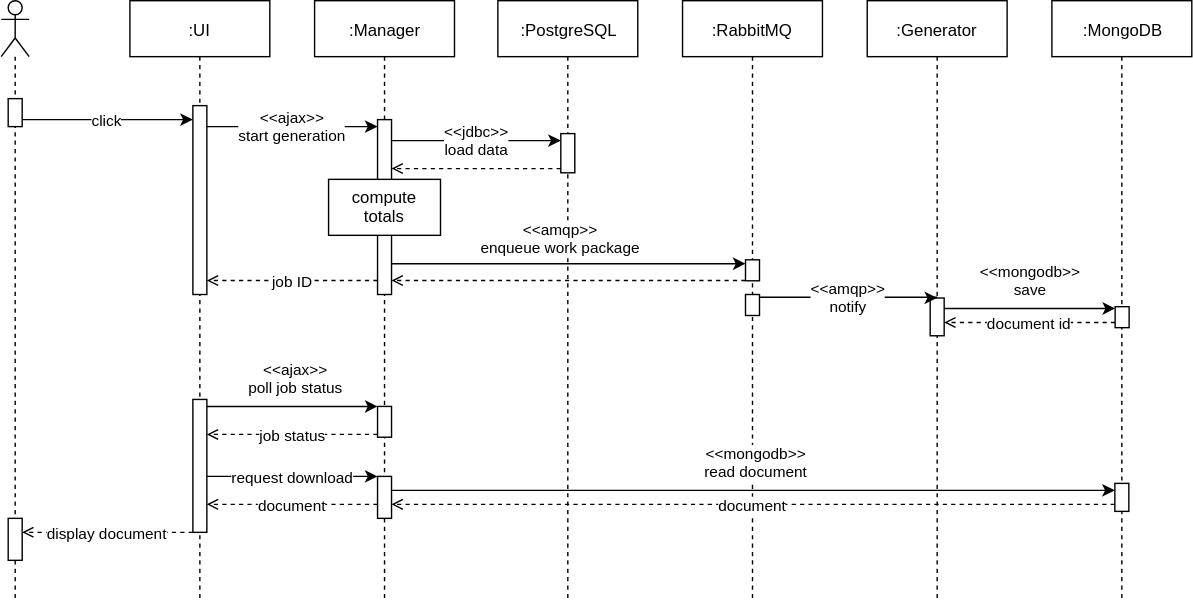
This is docs/SEQUENCE.svg from amiclaus/soa-docgen, a draw.io export, as it was before one commit. Source tidied: cells renumbered, new cells last; positions are measured from the earlier drawing's top-left corner, leaving out a move shared by most shapes.
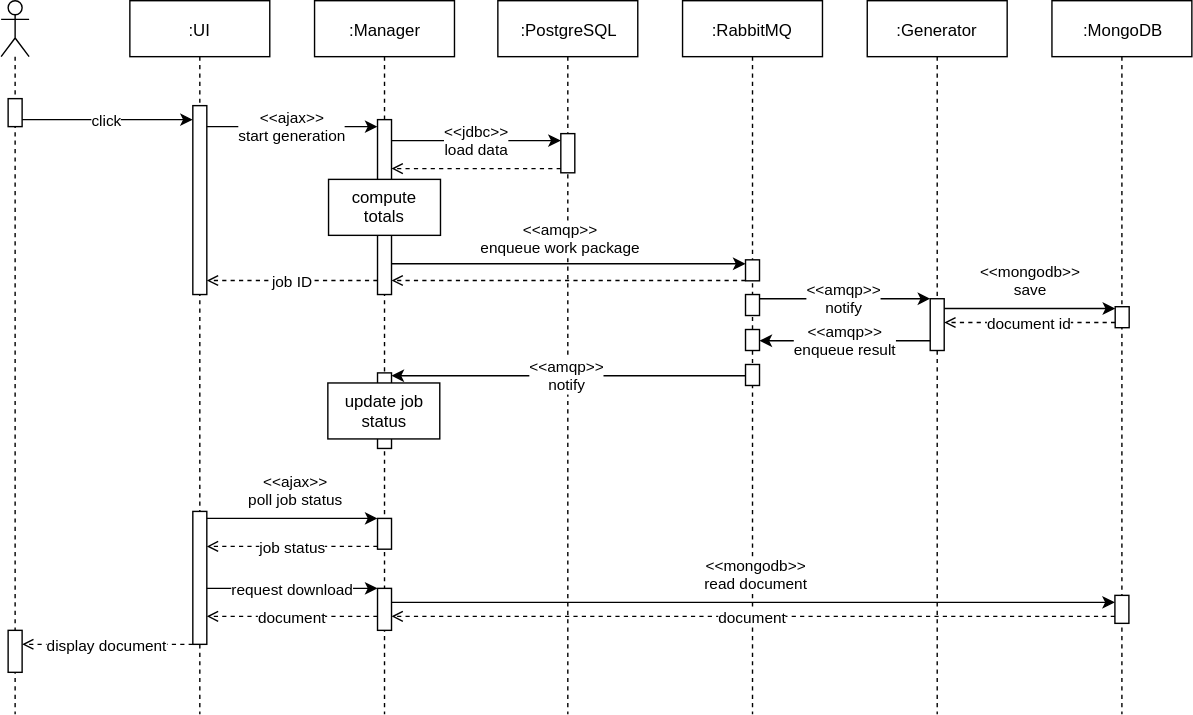
After the commit.

Commit message:
adjust sequence diagram

The edit, as a diff of the source:
```diff
@@ -11,25 +11,19 @@
       </mxGeometry>
     </mxCell>
     <mxCell id="3" style="shape=umlLifeline;participant=umlActor;perimeter=lifelinePerimeter;whiteSpace=wrap;html=1;verticalAlign=top;spacingTop=36;labelBackgroundColor=#ffffff;" parent="1" vertex="1">
-      <mxGeometry width="20" height="430" as="geometry" />
+      <mxGeometry width="20" height="510" as="geometry" />
     </mxCell>
     <mxCell id="4" style="html=1;points=[];perimeter=orthogonalPerimeter;" parent="3" vertex="1">
       <mxGeometry x="5" y="70" width="10" height="20" as="geometry" />
     </mxCell>
-    <mxCell id="5" style="html=1;points=[];perimeter=orthogonalPerimeter;" parent="3" vertex="1">
-      <mxGeometry x="5" y="370" width="10" height="30" as="geometry" />
-    </mxCell>
     <mxCell id="6" value=":UI" style="shape=umlLifeline;perimeter=lifelinePerimeter;whiteSpace=wrap;html=1;" parent="1" vertex="1">
-      <mxGeometry x="92" width="100" height="430" as="geometry" />
+      <mxGeometry x="92" width="100" height="510" as="geometry" />
     </mxCell>
     <mxCell id="7" style="html=1;points=[];perimeter=orthogonalPerimeter;" parent="6" vertex="1">
       <mxGeometry x="45" y="75" width="10" height="135" as="geometry" />
     </mxCell>
-    <mxCell id="8" style="html=1;points=[];perimeter=orthogonalPerimeter;" parent="6" vertex="1">
-      <mxGeometry x="45" y="285" width="10" height="95" as="geometry" />
-    </mxCell>
     <mxCell id="9" value=":Manager" style="shape=umlLifeline;perimeter=lifelinePerimeter;whiteSpace=wrap;html=1;" parent="1" vertex="1">
-      <mxGeometry x="224" width="100" height="430" as="geometry" />
+      <mxGeometry x="224" width="100" height="510" as="geometry" />
     </mxCell>
     <mxCell id="10" style="html=1;points=[];perimeter=orthogonalPerimeter;" parent="9" vertex="1">
       <mxGeometry x="45" y="85" width="10" height="125" as="geometry" />
@@ -37,39 +31,42 @@
     <mxCell id="11" value="compute&lt;br&gt;totals&lt;br&gt;" style="html=1;" parent="9" vertex="1">
       <mxGeometry x="10" y="127.7" width="80" height="40" as="geometry" />
     </mxCell>
-    <mxCell id="12" style="html=1;points=[];perimeter=orthogonalPerimeter;" parent="9" vertex="1">
-      <mxGeometry x="45" y="290" width="10" height="22" as="geometry" />
-    </mxCell>
-    <mxCell id="13" style="html=1;points=[];perimeter=orthogonalPerimeter;" parent="9" vertex="1">
-      <mxGeometry x="45" y="340" width="10" height="30" as="geometry" />
-    </mxCell>
+    <mxCell id="40" style="html=1;points=[];perimeter=orthogonalPerimeter;" parent="9" vertex="1">
+      <mxGeometry x="45" y="266" width="10" height="54" as="geometry" />
+    </mxCell>
+    <mxCell id="41" value="update job&lt;br&gt;status&lt;br&gt;" style="html=1;" parent="9" vertex="1">
+      <mxGeometry x="9.5" y="273.2" width="80" height="40" as="geometry" />
+    </mxCell>
     <mxCell id="14" value=":PostgreSQL" style="shape=umlLifeline;perimeter=lifelinePerimeter;whiteSpace=wrap;html=1;" parent="1" vertex="1">
-      <mxGeometry x="355" width="100" height="430" as="geometry" />
+      <mxGeometry x="355" width="100" height="510" as="geometry" />
     </mxCell>
     <mxCell id="15" style="html=1;points=[];perimeter=orthogonalPerimeter;" parent="14" vertex="1">
       <mxGeometry x="45" y="95" width="10" height="28" as="geometry" />
     </mxCell>
     <mxCell id="16" value=":RabbitMQ" style="shape=umlLifeline;perimeter=lifelinePerimeter;whiteSpace=wrap;html=1;" parent="1" vertex="1">
-      <mxGeometry x="487" width="100" height="430" as="geometry" />
+      <mxGeometry x="487" width="100" height="510" as="geometry" />
     </mxCell>
     <mxCell id="17" style="html=1;points=[];perimeter=orthogonalPerimeter;" parent="16" vertex="1">
       <mxGeometry x="45" y="185.2" width="10" height="15" as="geometry" />
     </mxCell>
+    <mxCell id="42" style="html=1;points=[];perimeter=orthogonalPerimeter;" parent="16" vertex="1">
+      <mxGeometry x="45" y="235" width="10" height="15" as="geometry" />
+    </mxCell>
+    <mxCell id="43" style="html=1;points=[];perimeter=orthogonalPerimeter;" parent="16" vertex="1">
+      <mxGeometry x="45" y="260" width="10" height="15" as="geometry" />
+    </mxCell>
     <mxCell id="18" value=":Generator" style="shape=umlLifeline;perimeter=lifelinePerimeter;whiteSpace=wrap;html=1;" parent="1" vertex="1">
-      <mxGeometry x="619" width="100" height="430" as="geometry" />
+      <mxGeometry x="619" width="100" height="510" as="geometry" />
     </mxCell>
     <mxCell id="19" style="html=1;points=[];perimeter=orthogonalPerimeter;" parent="18" vertex="1">
-      <mxGeometry x="45" y="212.5" width="10" height="27" as="geometry" />
+      <mxGeometry x="45" y="213" width="10" height="37" as="geometry" />
     </mxCell>
     <mxCell id="20" value=":MongoDB" style="shape=umlLifeline;perimeter=lifelinePerimeter;whiteSpace=wrap;html=1;" parent="1" vertex="1">
-      <mxGeometry x="751" width="100" height="430" as="geometry" />
+      <mxGeometry x="751" width="100" height="510" as="geometry" />
     </mxCell>
     <mxCell id="21" style="html=1;points=[];perimeter=orthogonalPerimeter;" parent="20" vertex="1">
       <mxGeometry x="45.2" y="218.7" width="10" height="15" as="geometry" />
     </mxCell>
-    <mxCell id="22" style="html=1;points=[];perimeter=orthogonalPerimeter;" parent="20" vertex="1">
-      <mxGeometry x="45" y="345" width="10" height="20" as="geometry" />
-    </mxCell>
     <mxCell id="23" value="click" style="edgeStyle=orthogonalEdgeStyle;rounded=0;html=1;jettySize=auto;" parent="1" edge="1" source="4" target="7">
       <mxGeometry relative="1" as="geometry">
         <Array as="points">
@@ -105,8 +102,8 @@
     <mxCell id="27" value="&amp;lt;&amp;lt;amqp&amp;gt;&amp;gt;&lt;br&gt;notify&lt;br&gt;" style="edgeStyle=orthogonalEdgeStyle;rounded=0;html=1;jettySize=auto;" parent="1" edge="1" source="28" target="19">
       <mxGeometry relative="1" as="geometry">
         <Array as="points">
-          <mxPoint x="630" y="212" />
-          <mxPoint x="630" y="212" />
+          <mxPoint x="650" y="213" />
+          <mxPoint x="650" y="213" />
         </Array>
       </mxGeometry>
     </mxCell>
@@ -121,11 +118,50 @@
         </Array>
       </mxGeometry>
     </mxCell>
+    <mxCell id="33" style="edgeStyle=orthogonalEdgeStyle;rounded=0;html=1;jettySize=auto;endArrow=open;endFill=0;dashed=1;" parent="1" edge="1" source="15" target="10">
+      <mxGeometry relative="1" as="geometry">
+        <Array as="points">
+          <mxPoint x="370" y="120" />
+          <mxPoint x="370" y="120" />
+        </Array>
+      </mxGeometry>
+    </mxCell>
+    <mxCell id="34" value="document id" style="edgeStyle=orthogonalEdgeStyle;rounded=0;html=1;dashed=1;endArrow=open;endFill=0;jettySize=auto;" parent="1" edge="1" source="21" target="19">
+      <mxGeometry relative="1" as="geometry">
+        <Array as="points">
+          <mxPoint x="735" y="230" />
+          <mxPoint x="735" y="230" />
+        </Array>
+      </mxGeometry>
+    </mxCell>
+    <mxCell id="35" value="job ID" style="edgeStyle=orthogonalEdgeStyle;rounded=0;html=1;dashed=1;endArrow=open;endFill=0;jettySize=auto;" parent="1" edge="1" source="10" target="7">
+      <mxGeometry relative="1" as="geometry">
+        <Array as="points">
+          <mxPoint x="180" y="200" />
+          <mxPoint x="180" y="200" />
+        </Array>
+      </mxGeometry>
+    </mxCell>
+    <mxCell id="5" style="html=1;points=[];perimeter=orthogonalPerimeter;" parent="1" vertex="1">
+      <mxGeometry x="5" y="450" width="10" height="30" as="geometry" />
+    </mxCell>
+    <mxCell id="8" style="html=1;points=[];perimeter=orthogonalPerimeter;" parent="1" vertex="1">
+      <mxGeometry x="137" y="365" width="10" height="95" as="geometry" />
+    </mxCell>
+    <mxCell id="12" style="html=1;points=[];perimeter=orthogonalPerimeter;" parent="1" vertex="1">
+      <mxGeometry x="269" y="370" width="10" height="22" as="geometry" />
+    </mxCell>
+    <mxCell id="13" style="html=1;points=[];perimeter=orthogonalPerimeter;" parent="1" vertex="1">
+      <mxGeometry x="269" y="420" width="10" height="30" as="geometry" />
+    </mxCell>
+    <mxCell id="22" style="html=1;points=[];perimeter=orthogonalPerimeter;" parent="1" vertex="1">
+      <mxGeometry x="796" y="425" width="10" height="20" as="geometry" />
+    </mxCell>
     <mxCell id="30" value="&amp;lt;&amp;lt;ajax&amp;gt;&amp;gt;&lt;br&gt;poll job status&lt;br&gt;" style="edgeStyle=orthogonalEdgeStyle;rounded=0;html=1;jettySize=auto;" parent="1" edge="1" source="8" target="12">
       <mxGeometry x="0.53" y="36" relative="1" as="geometry">
         <Array as="points">
-          <mxPoint x="240" y="290" />
-          <mxPoint x="240" y="290" />
+          <mxPoint x="240" y="370" />
+          <mxPoint x="240" y="370" />
         </Array>
         <mxPoint x="-30" y="16" as="offset" />
       </mxGeometry>
@@ -133,74 +169,66 @@
     <mxCell id="31" value="request download" style="edgeStyle=orthogonalEdgeStyle;rounded=0;html=1;jettySize=auto;" parent="1" edge="1" source="8" target="13">
       <mxGeometry relative="1" as="geometry">
         <Array as="points">
-          <mxPoint x="250" y="340" />
-          <mxPoint x="250" y="340" />
+          <mxPoint x="250" y="420" />
+          <mxPoint x="250" y="420" />
         </Array>
       </mxGeometry>
     </mxCell>
     <mxCell id="32" value="&amp;lt;&amp;lt;mongodb&amp;gt;&amp;gt;&lt;br&gt;read document&lt;br&gt;" style="edgeStyle=orthogonalEdgeStyle;rounded=0;html=1;jettySize=auto;" parent="1" edge="1" source="13" target="22">
       <mxGeometry x="0.01" y="20" relative="1" as="geometry">
         <Array as="points">
-          <mxPoint x="540" y="350" />
-          <mxPoint x="540" y="350" />
+          <mxPoint x="540" y="430" />
+          <mxPoint x="540" y="430" />
         </Array>
       </mxGeometry>
     </mxCell>
-    <mxCell id="33" style="edgeStyle=orthogonalEdgeStyle;rounded=0;html=1;jettySize=auto;endArrow=open;endFill=0;dashed=1;" parent="1" edge="1" source="15" target="10">
-      <mxGeometry relative="1" as="geometry">
-        <Array as="points">
-          <mxPoint x="370" y="120" />
-          <mxPoint x="370" y="120" />
-        </Array>
-      </mxGeometry>
-    </mxCell>
-    <mxCell id="34" value="document id" style="edgeStyle=orthogonalEdgeStyle;rounded=0;html=1;dashed=1;endArrow=open;endFill=0;jettySize=auto;" parent="1" edge="1" source="21" target="19">
-      <mxGeometry relative="1" as="geometry">
-        <Array as="points">
-          <mxPoint x="735" y="230" />
-          <mxPoint x="735" y="230" />
-        </Array>
-      </mxGeometry>
-    </mxCell>
-    <mxCell id="35" value="job ID" style="edgeStyle=orthogonalEdgeStyle;rounded=0;html=1;dashed=1;endArrow=open;endFill=0;jettySize=auto;" parent="1" edge="1" source="10" target="7">
-      <mxGeometry relative="1" as="geometry">
-        <Array as="points">
-          <mxPoint x="180" y="200" />
-          <mxPoint x="180" y="200" />
-        </Array>
-      </mxGeometry>
-    </mxCell>
     <mxCell id="36" value="job status" style="edgeStyle=orthogonalEdgeStyle;rounded=0;html=1;dashed=1;endArrow=open;endFill=0;jettySize=auto;" parent="1" edge="1" source="12" target="8">
       <mxGeometry relative="1" as="geometry">
         <Array as="points">
-          <mxPoint x="240" y="310" />
-          <mxPoint x="240" y="310" />
+          <mxPoint x="240" y="390" />
+          <mxPoint x="240" y="390" />
         </Array>
       </mxGeometry>
     </mxCell>
     <mxCell id="37" value="document" style="edgeStyle=orthogonalEdgeStyle;rounded=0;html=1;dashed=1;endArrow=open;endFill=0;jettySize=auto;" parent="1" edge="1" source="22" target="13">
       <mxGeometry relative="1" as="geometry">
         <Array as="points">
-          <mxPoint x="530" y="360" />
-          <mxPoint x="530" y="360" />
+          <mxPoint x="530" y="440" />
+          <mxPoint x="530" y="440" />
         </Array>
       </mxGeometry>
     </mxCell>
     <mxCell id="38" value="document" style="edgeStyle=orthogonalEdgeStyle;rounded=0;html=1;dashed=1;endArrow=open;endFill=0;jettySize=auto;" parent="1" edge="1" source="13" target="8">
       <mxGeometry relative="1" as="geometry">
         <Array as="points">
-          <mxPoint x="240" y="360" />
-          <mxPoint x="240" y="360" />
+          <mxPoint x="240" y="440" />
+          <mxPoint x="240" y="440" />
         </Array>
       </mxGeometry>
     </mxCell>
     <mxCell id="39" value="display document" style="edgeStyle=orthogonalEdgeStyle;rounded=0;html=1;dashed=1;endArrow=open;endFill=0;jettySize=auto;" parent="1" edge="1" source="8" target="5">
       <mxGeometry relative="1" as="geometry">
         <Array as="points">
-          <mxPoint x="40" y="380" />
-          <mxPoint x="40" y="380" />
+          <mxPoint x="40" y="460" />
+          <mxPoint x="40" y="460" />
         </Array>
       </mxGeometry>
     </mxCell>
+    <mxCell id="44" value="&amp;lt;&amp;lt;amqp&amp;gt;&amp;gt;&lt;br&gt;enqueue result&lt;br&gt;" style="edgeStyle=orthogonalEdgeStyle;rounded=0;html=1;jettySize=auto;" parent="1" edge="1" source="19" target="42">
+      <mxGeometry relative="1" as="geometry">
+        <Array as="points">
+          <mxPoint x="640" y="243" />
+          <mxPoint x="640" y="243" />
+        </Array>
+      </mxGeometry>
+    </mxCell>
+    <mxCell id="45" value="&amp;lt;&amp;lt;amqp&amp;gt;&amp;gt;&lt;br&gt;notify&lt;br&gt;" style="edgeStyle=orthogonalEdgeStyle;rounded=0;html=1;jettySize=auto;" parent="1" edge="1" source="43" target="40">
+      <mxGeometry relative="1" as="geometry">
+        <Array as="points">
+          <mxPoint x="340" y="268" />
+          <mxPoint x="340" y="268" />
+        </Array>
+      </mxGeometry>
+    </mxCell>
   </root>
 </mxGraphModel>
```
